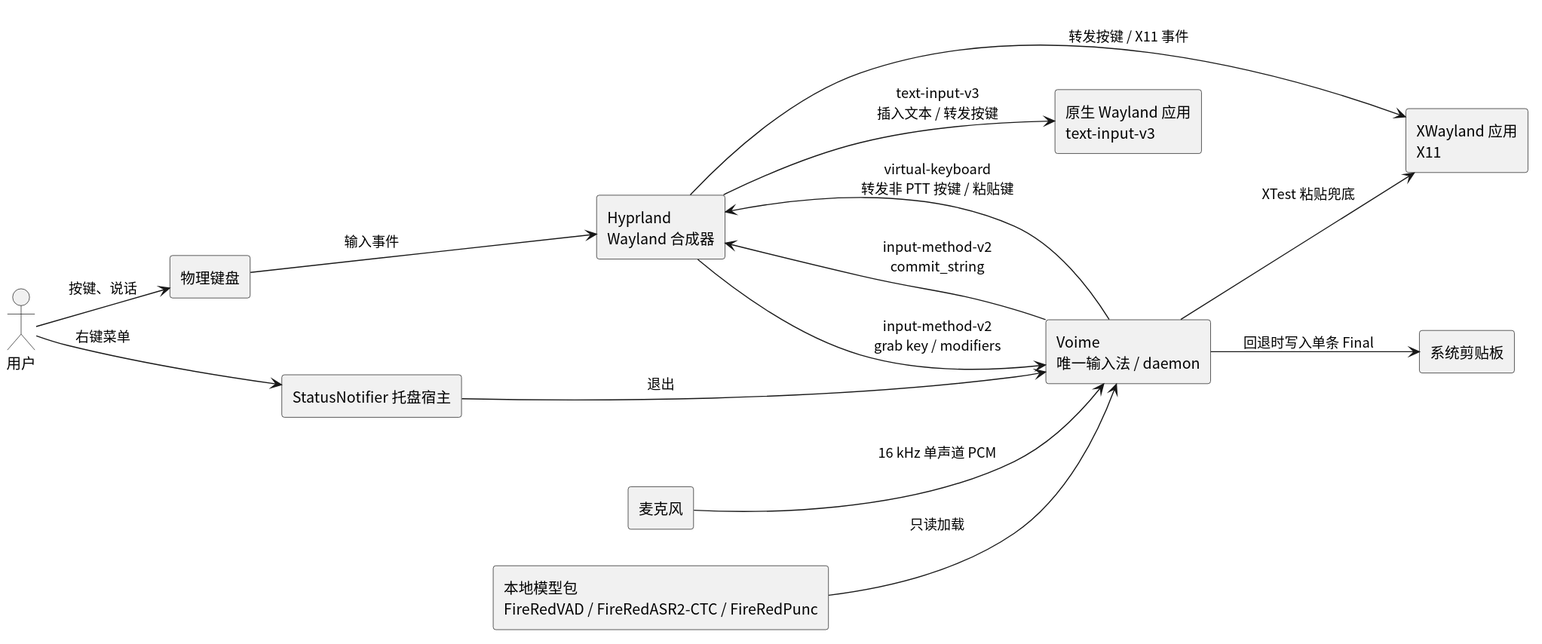
This is diagram/general-architecture.svg from 54m43lJ/voime, a PlantUML export, as it was before one commit.
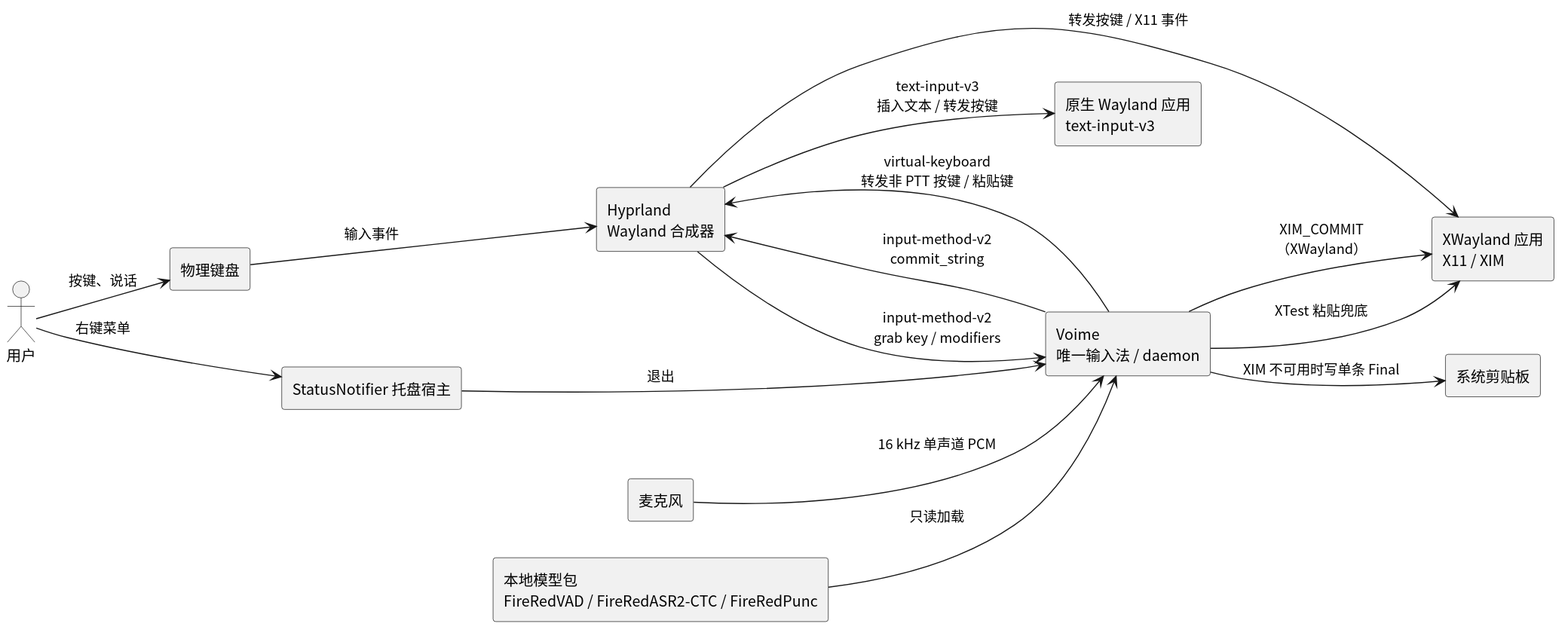
Above is the later version.

What changed in the source:
```diff
@@ -9,7 +9,7 @@
 component "Hyprland\nWayland 合成器" as Hyprland
 component "Voime\n唯一输入法 / daemon" as Voime
 component "原生 Wayland 应用\ntext-input-v3" as WaylandApp
-component "XWayland 应用\nX11" as XApp
+component "XWayland 应用\nX11 / XIM" as XApp
 component "麦克风" as Mic
 component "本地模型包\nFireRedVAD / FireRedASR2-CTC / FireRedPunc" as Models
 component "系统剪贴板" as Clip
@@ -22,7 +22,8 @@
 Voime --> Hyprland : input-method-v2\ncommit_string
 Hyprland --> WaylandApp : text-input-v3\n插入文本 / 转发按键
 Hyprland --> XApp : 转发按键 / X11 事件
-Voime --> Clip : 回退时写入单条 Final
+Voime --> XApp : XIM_COMMIT\n（XWayland）
+Voime --> Clip : XIM 不可用时写单条 Final
 Voime --> XApp : XTest 粘贴兜底
 Mic --> Voime : 16 kHz 单声道 PCM
 Models --> Voime : 只读加载
```
